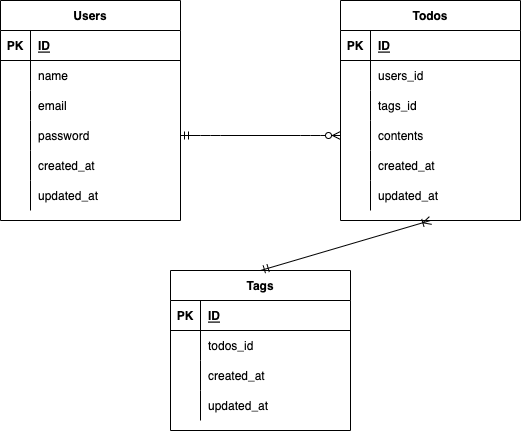
Above: index.drawio.png in kubo-haruka/laravel_test2 (draw.io), before the change. Source tidied: cells renumbered, new cells last; positions are measured from the earlier drawing's top-left corner, leaving out a move shared by most shapes.
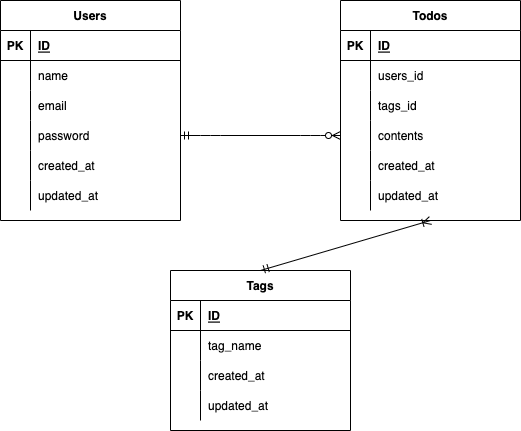
After the commit.

The edit, as a diff of the source:
```diff
@@ -134,7 +134,7 @@
     <mxCell id="45" style="shape=partialRectangle;fillColor=none;top=0;left=0;bottom=0;right=0;overflow=hidden;" parent="44" vertex="1">
       <mxGeometry width="30" height="30" as="geometry" />
     </mxCell>
-    <mxCell id="46" value="todos_id" style="shape=partialRectangle;fillColor=none;top=0;left=0;bottom=0;right=0;align=left;spacingLeft=6;overflow=hidden;" parent="44" vertex="1">
+    <mxCell id="46" value="tag_name" style="shape=partialRectangle;fillColor=none;top=0;left=0;bottom=0;right=0;align=left;spacingLeft=6;overflow=hidden;" parent="44" vertex="1">
       <mxGeometry x="30" width="150" height="30" as="geometry" />
     </mxCell>
     <mxCell id="47" style="shape=partialRectangle;fillColor=none;top=0;left=0;bottom=0;right=0;" parent="40" vertex="1">
```
